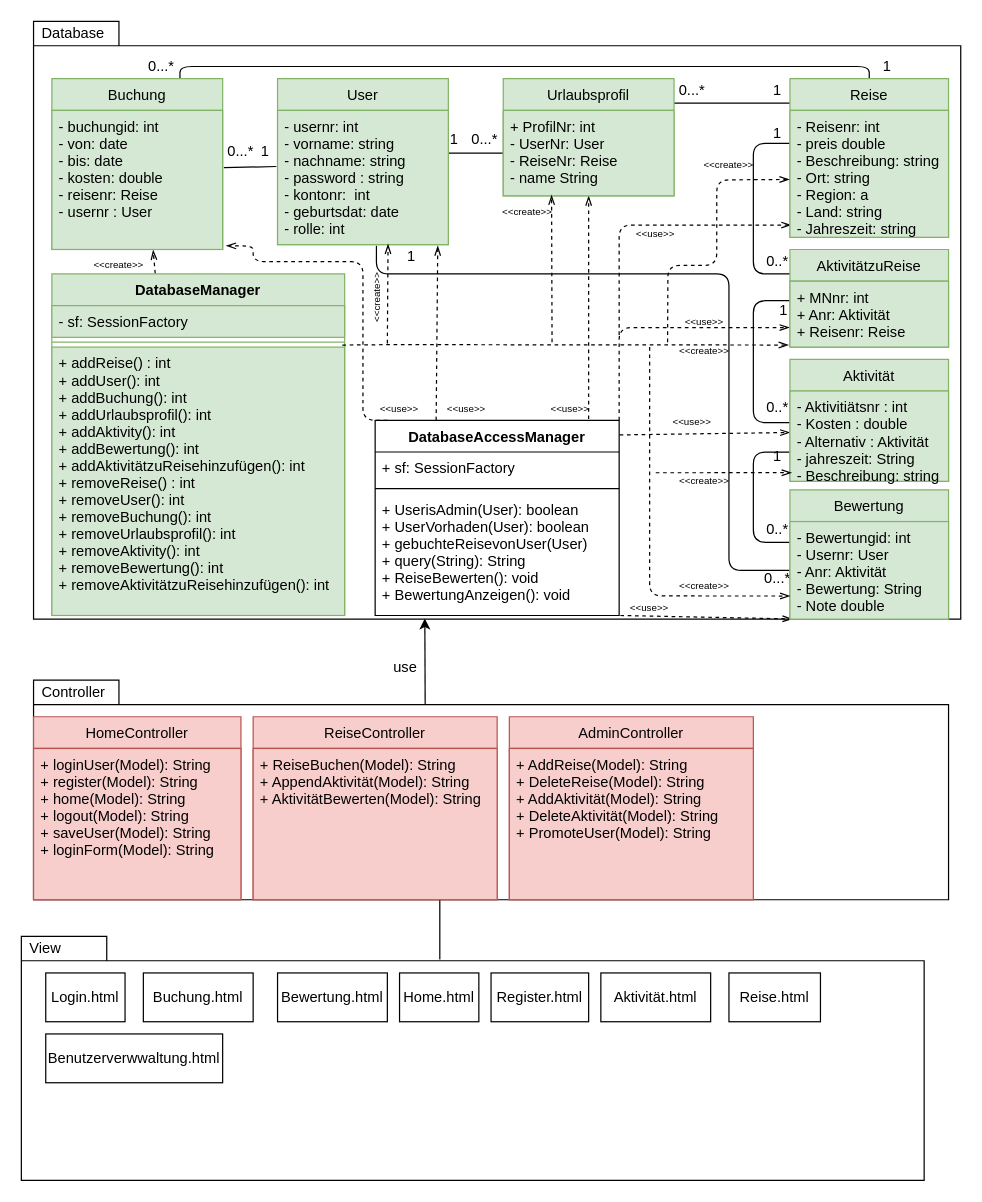
Before: Praktikum3/OOD.drawio in DingFing/TravelProject, a draw.io diagram. Source tidied: cells renumbered, new cells numbered last; positions are measured from the earlier drawing's top-left corner, leaving out a move shared by most shapes. Both pictures are drawn from the tidied source at 122%, with x=0, y=0 at pixel (21, 21).
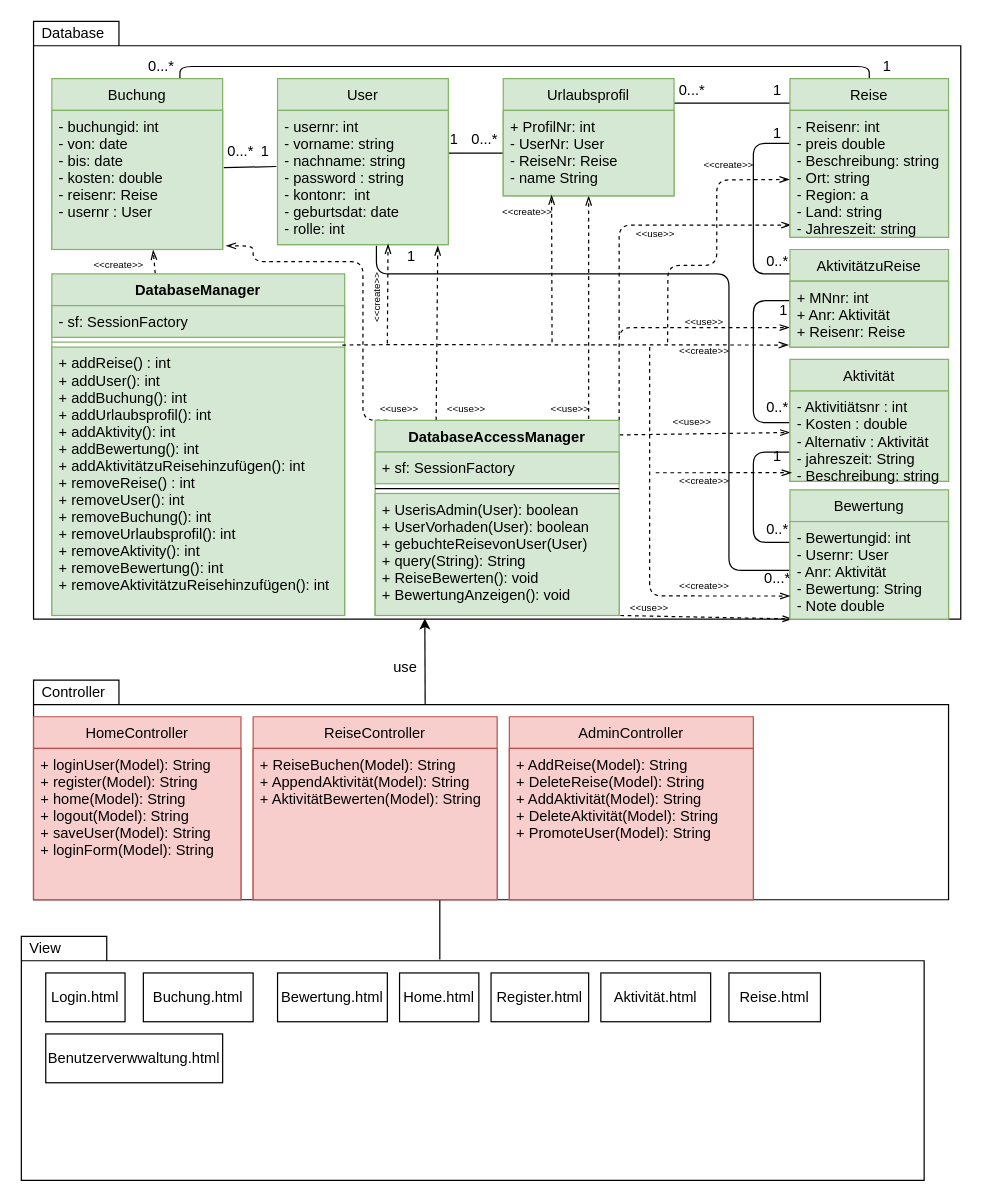
After the change.

Change to the diagram source:
```diff
@@
-    <mxCell id="55" value="DatabaseAccessManager" style="swimlane;fontStyle=1;align=center;verticalAlign=top;horizontal=1;startSize=26;fontSize=12;" parent="1" vertex="1">
+    <mxCell id="55" value="DatabaseAccessManager" style="swimlane;fontStyle=1;align=center;verticalAlign=top;horizontal=1;startSize=26;fontSize=12;fillColor=#d5e8d4;strokeColor=#82b366;" parent="1" vertex="1">
       <mxGeometry x="290" y="327" width="200" height="160" as="geometry" />
     </mxCell>
-    <mxCell id="56" value="+ sf: SessionFactory" style="text;strokeColor=none;fillColor=none;align=left;verticalAlign=top;spacingLeft=4;spacingRight=4;overflow=hidden;" parent="55" vertex="1">
+    <mxCell id="56" value="+ sf: SessionFactory" style="text;strokeColor=#82b366;fillColor=#d5e8d4;align=left;verticalAlign=top;spacingLeft=4;spacingRight=4;overflow=hidden;" parent="55" vertex="1">
       <mxGeometry y="26" width="200" height="26" as="geometry" />
     </mxCell>
@@
-    <mxCell id="58" value="+ UserisAdmin(User): boolean&#10;+ UserVorhaden(User): boolean&#10;+ gebuchteReisevonUser(User)&#10;+ query(String): String&#10;+ ReiseBewerten(): void&#10;+ BewertungAnzeigen(): void&#10;" style="text;strokeColor=none;fillColor=none;align=left;verticalAlign=top;spacingLeft=4;spacingRight=4;overflow=hidden;" parent="55" vertex="1">
+    <mxCell id="58" value="+ UserisAdmin(User): boolean&#10;+ UserVorhaden(User): boolean&#10;+ gebuchteReisevonUser(User)&#10;+ query(String): String&#10;+ ReiseBewerten(): void&#10;+ BewertungAnzeigen(): void&#10;" style="text;strokeColor=#82b366;fillColor=#d5e8d4;align=left;verticalAlign=top;spacingLeft=4;spacingRight=4;overflow=hidden;" parent="55" vertex="1">
       <mxGeometry y="60" width="200" height="100" as="geometry" />
     </mxCell>
```
